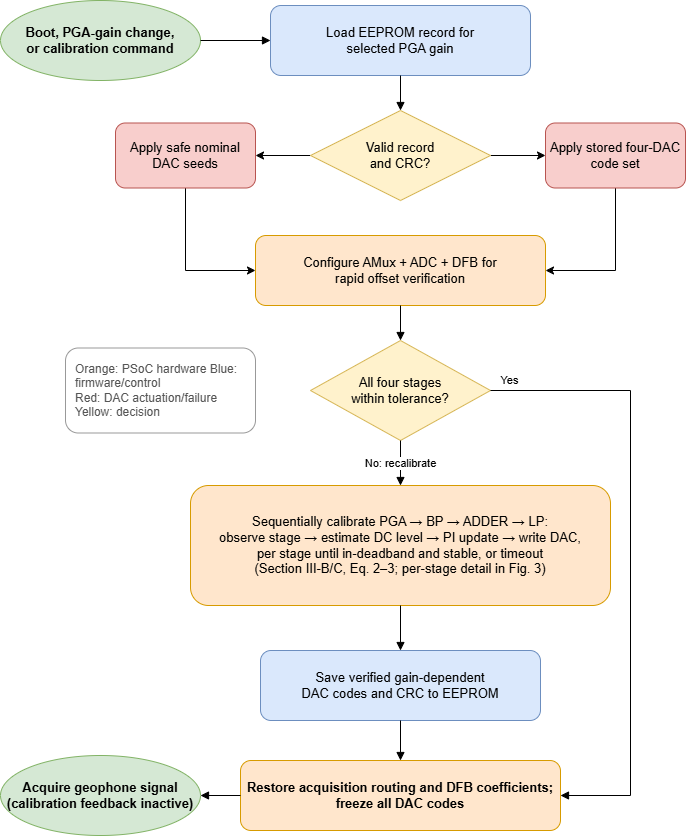
Before: Propuesta Urucom/Imagenes/psoc_foreground_calibration_flow.drawio.png, a diagram exported from draw.io (simplementeUnPorito/Tesis-documentacion). Source tidied: cells renumbered, new cells last; positions are measured from the earlier drawing's top-left corner, leaving out a move shared by most shapes.
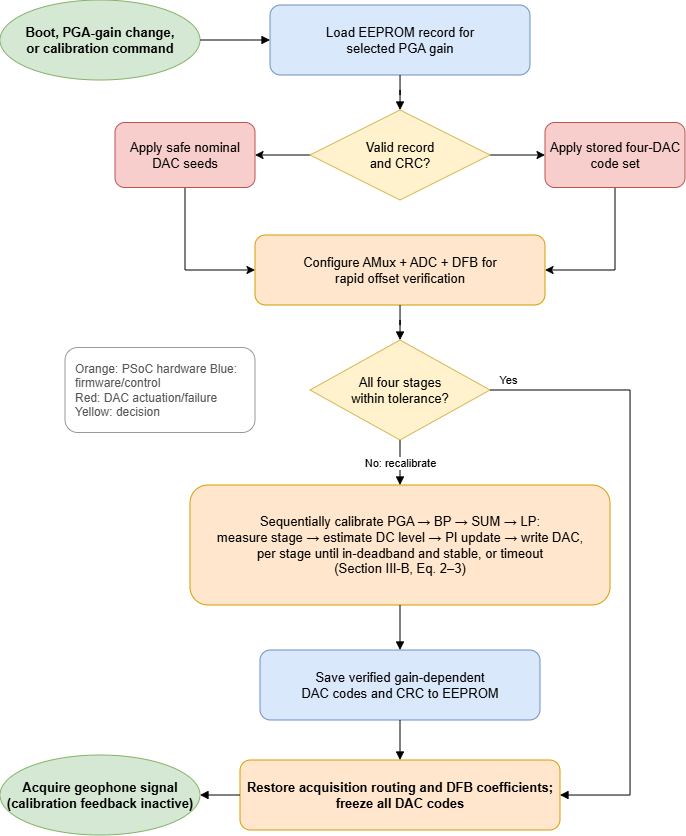
The same diagram one commit later.

Change to the diagram source:
```diff
@@ -35,7 +35,7 @@
     <mxCell id="12" value="All four stages&#10;within tolerance?" style="rhombus;whiteSpace=wrap;html=1;fillColor=#fff2cc;strokeColor=#d6b656;fontSize=13;" parent="1" vertex="1">
       <mxGeometry x="310" y="340" width="180" height="100" as="geometry" />
     </mxCell>
-    <mxCell id="13" value="Sequentially calibrate PGA → BP → ADDER → LP:&#10;observe stage → estimate DC level → PI update → write DAC,&#10;per stage until in-deadband and stable, or timeout&#10;(Section III-B/C, Eq. 2–3; per-stage detail in Fig. 3)" style="rounded=1;whiteSpace=wrap;html=1;fillColor=#ffe6cc;strokeColor=#d79b00;fontSize=13;align=center;" parent="1" vertex="1">
+    <mxCell id="13" value="Sequentially calibrate PGA → BP → SUM → LP:&#10;measure stage → estimate DC level → PI update → write DAC,&#10;per stage until in-deadband and stable, or timeout&#10;(Section III-B, Eq. 2–3)" style="rounded=1;whiteSpace=wrap;html=1;fillColor=#ffe6cc;strokeColor=#d79b00;fontSize=13;align=center;" parent="1" vertex="1">
       <mxGeometry x="190" y="485" width="420" height="120" as="geometry" />
     </mxCell>
     <mxCell id="14" value="Save verified gain-dependent&#10;DAC codes and CRC to EEPROM" style="rounded=1;whiteSpace=wrap;html=1;fillColor=#dae8fc;strokeColor=#6c8ebf;fontSize=13;" parent="1" vertex="1">
```
